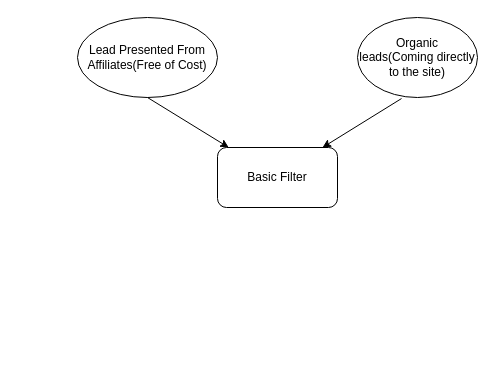
Above: Untitled Diagram.drawio in vishal-subedi/test (draw.io), before the change. Source tidied: cells renumbered, new cells numbered last; positions are measured from the earlier drawing's top-left corner, leaving out a move shared by most shapes. Both pictures are drawn from the tidied source at 100%, with x=0, y=0 at pixel (77, 17).
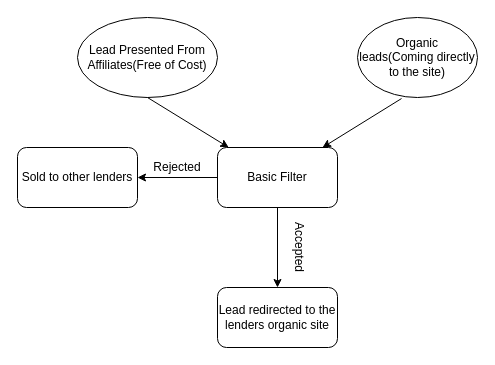
Above is the later version.

Commit message:
Lead_flowdrawio

The edit, as a diff of the source:
```diff
@@
 <mxGraphModel>
   <root>
     <mxCell id="0" />
     <mxCell id="1" parent="0" />
     <mxCell id="2" value="Lead Presented From Affiliates(Free of Cost)" style="ellipse;whiteSpace=wrap;html=1;" parent="1" vertex="1">
       <mxGeometry width="140" height="80" as="geometry" />
     </mxCell>
     <mxCell id="3" style="endArrow=classic;html=1;exitX=0.5;exitY=1;exitDx=0;exitDy=0;" parent="1" edge="1" source="2" target="4">
       <mxGeometry relative="1" as="geometry" />
     </mxCell>
+    <mxCell id="7" style="edgeStyle=orthogonalEdgeStyle;rounded=0;jettySize=auto;html=1;" parent="1" edge="1" source="4" target="9">
+      <mxGeometry relative="1" as="geometry" />
+    </mxCell>
+    <mxCell id="8" style="edgeStyle=orthogonalEdgeStyle;rounded=0;jettySize=auto;html=1;" parent="1" edge="1" source="4" target="11">
+      <mxGeometry relative="1" as="geometry" />
+    </mxCell>
     <mxCell id="4" value="Basic Filter" style="rounded=1;whiteSpace=wrap;html=1;" parent="1" vertex="1">
       <mxGeometry x="140" y="130" width="120" height="60" as="geometry" />
     </mxCell>
     <mxCell id="5" value="Organic leads(Coming directly to the site)" style="ellipse;whiteSpace=wrap;html=1;" parent="1" vertex="1">
       <mxGeometry x="280" width="120" height="80" as="geometry" />
     </mxCell>
     <mxCell id="6" style="endArrow=classic;html=1;exitX=0.367;exitY=1.013;exitDx=0;exitDy=0;exitPerimeter=0;entryX=0.875;entryY=0;entryDx=0;entryDy=0;entryPerimeter=0;" parent="1" edge="1" source="5" target="4">
       <mxGeometry relative="1" as="geometry" />
     </mxCell>
+    <mxCell id="9" value="Sold to other lenders" style="whiteSpace=wrap;html=1;rounded=1;" parent="1" vertex="1">
+      <mxGeometry x="-60" y="130" width="120" height="60" as="geometry" />
+    </mxCell>
+    <mxCell id="10" value="Rejected" style="text;html=1;strokeColor=none;fillColor=none;align=center;verticalAlign=middle;whiteSpace=wrap;rounded=0;" parent="1" vertex="1">
+      <mxGeometry x="80" y="140" width="40" height="20" as="geometry" />
+    </mxCell>
+    <mxCell id="11" value="Lead redirected to the lenders organic site" style="rounded=1;whiteSpace=wrap;html=1;direction=west;" parent="1" vertex="1">
+      <mxGeometry x="140" y="270" width="120" height="60" as="geometry" />
+    </mxCell>
+    <mxCell id="12" value="&lt;div&gt;Accepted&lt;/div&gt;&lt;div&gt;&lt;br&gt;&lt;/div&gt;" style="text;html=1;strokeColor=none;fillColor=none;align=center;verticalAlign=middle;whiteSpace=wrap;rounded=0;rotation=90;" parent="1" vertex="1">
+      <mxGeometry x="195" y="220" width="40" height="20" as="geometry" />
+    </mxCell>
   </root>
 </mxGraphModel>
```
